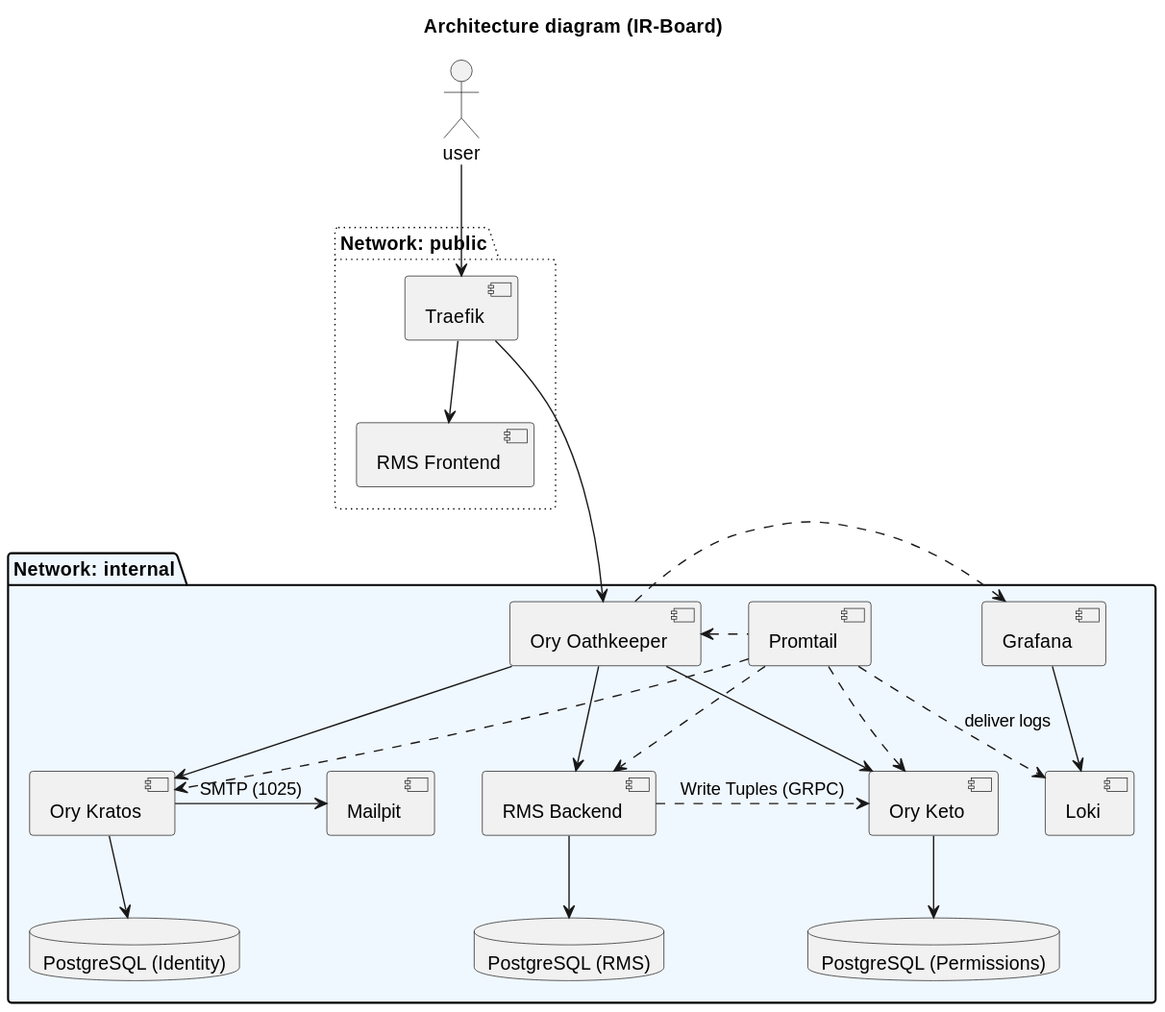
Before: docs/assets/diagrams/ArchitectureC2.svg, a diagram exported from PlantUML (Y4vra/IRBoard). The source it was exported from:
```plantuml
@startuml
title Architecture diagram (IR-Board)

actor user

package "Network: public" #line.dotted {
    [RMS Frontend] as front
    [Traefik] as gateway
}

package "Network: internal" #AliceBlue {
    [Ory Oathkeeper] as proxy
    [Ory Kratos] as kratos
    [Ory Keto] as keto
    [RMS Backend] as backend
    [Loki]
    [Grafana]
    [Promtail]
    [Mailpit] as mail

    database "PostgreSQL (RMS)" as db_rms
    database "PostgreSQL (Identity)" as db_auth
    database "PostgreSQL (Permissions)" as db_perm
}

user -down-> gateway
gateway -down-> front
gateway -down--> proxy

proxy -> kratos
proxy -left-> keto
proxy .> Grafana

proxy -down-> backend

kratos -> mail : SMTP (1025)

backend .> keto : Write Tuples (GRPC)

backend -down-> db_rms
kratos -down-> db_auth
keto -down-> db_perm


Grafana --> Loki
Promtail ..> Loki : deliver logs
Promtail ..> kratos
Promtail ..> keto
Promtail ..> backend
Promtail .left.> proxy
@enduml
```
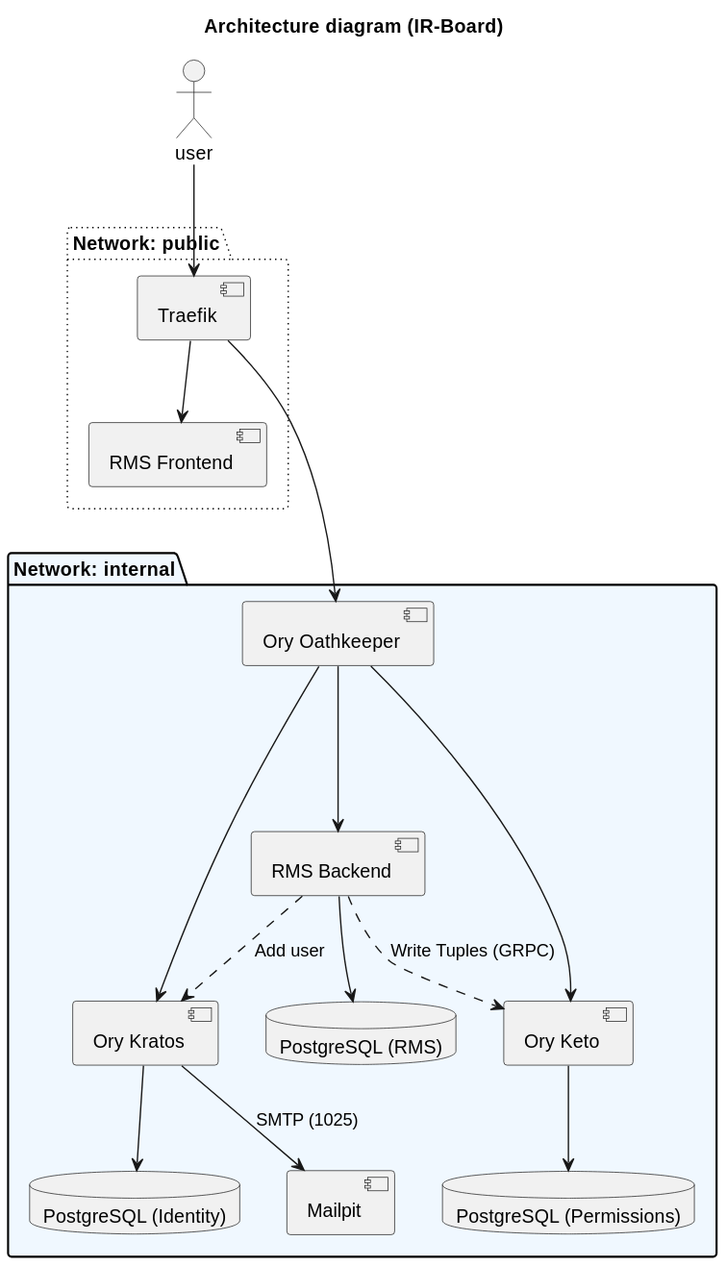
After the change.

The edit, as a diff of the source:
```diff
@@ -13,9 +13,6 @@
     [Ory Kratos] as kratos
     [Ory Keto] as keto
     [RMS Backend] as backend
-    [Loki]
-    [Grafana]
-    [Promtail]
     [Mailpit] as mail
 
     database "PostgreSQL (RMS)" as db_rms
@@ -27,25 +24,17 @@
 gateway -down-> front
 gateway -down--> proxy
 
-proxy -> kratos
-proxy -left-> keto
-proxy .> Grafana
+proxy ---> kratos
+proxy ---> keto
 
-proxy -down-> backend
+proxy -down--> backend
 
-kratos -> mail : SMTP (1025)
+kratos --> mail : SMTP (1025)
 
-backend .> keto : Write Tuples (GRPC)
+backend ..> keto : Write Tuples (GRPC)
+backend ..> kratos : Add user
 
 backend -down-> db_rms
 kratos -down-> db_auth
 keto -down-> db_perm
-
-
-Grafana --> Loki
-Promtail ..> Loki : deliver logs
-Promtail ..> kratos
-Promtail ..> keto
-Promtail ..> backend
-Promtail .left.> proxy
 @enduml
```
